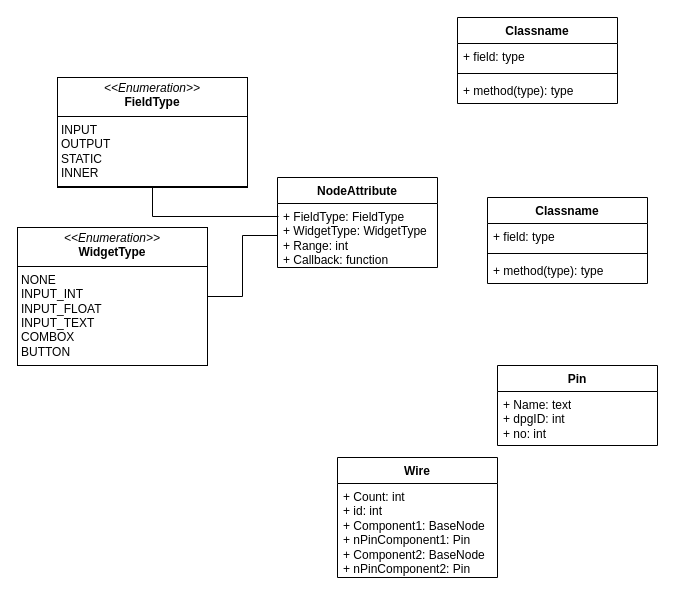
The draw.io diagram Docs/Диаграмма без названия.drawio in catbutr/SMMARS_PyTorch_NeuralNetwork, before the edit. Source tidied: cells renumbered, new cells numbered last; positions are measured from the earlier drawing's top-left corner, leaving out a move shared by most shapes. Both pictures are drawn from the tidied source at 100%, with x=0, y=0 at pixel (17, 17).
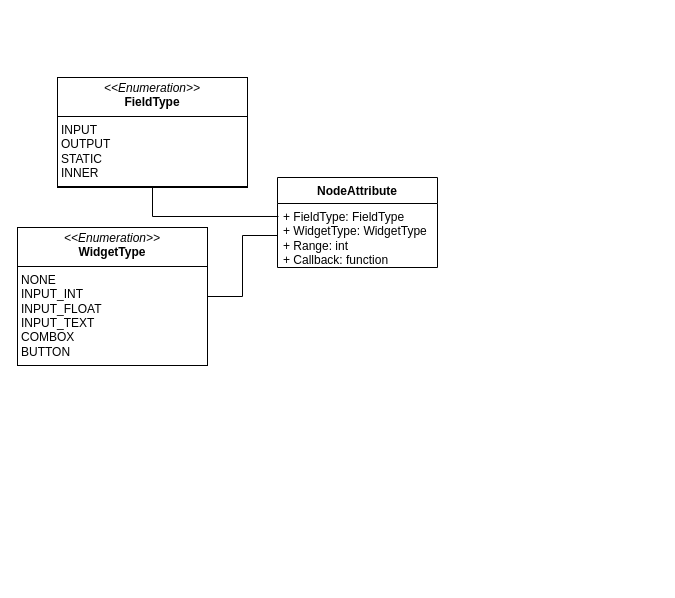
The same diagram, later.

What changed in the source:
```diff
@@
 <mxGraphModel>
   <root>
     <mxCell id="0" />
     <mxCell id="1" parent="0" />
-    <mxCell id="2" value="Classname" style="swimlane;fontStyle=1;align=center;verticalAlign=top;horizontal=1;startSize=26;whiteSpace=wrap;html=1;" parent="1" vertex="1">
-      <mxGeometry x="470" y="180" width="160" height="86" as="geometry" />
-    </mxCell>
-    <mxCell id="3" value="+ field: type" style="text;strokeColor=none;fillColor=none;align=left;verticalAlign=top;spacingLeft=4;spacingRight=4;overflow=hidden;whiteSpace=wrap;html=1;" parent="2" vertex="1">
-      <mxGeometry y="26" width="160" height="26" as="geometry" />
-    </mxCell>
-    <mxCell id="4" style="line;strokeWidth=1;fillColor=none;align=left;verticalAlign=middle;spacingTop=-1;spacingLeft=3;spacingRight=3;labelPosition=right;strokeColor=inherit;" parent="2" vertex="1">
-      <mxGeometry y="52" width="160" height="8" as="geometry" />
-    </mxCell>
-    <mxCell id="5" value="+ method(type): type" style="text;strokeColor=none;fillColor=none;align=left;verticalAlign=top;spacingLeft=4;spacingRight=4;overflow=hidden;whiteSpace=wrap;html=1;" parent="2" vertex="1">
-      <mxGeometry y="60" width="160" height="26" as="geometry" />
-    </mxCell>
     <mxCell id="6" value="NodeAttribute" style="swimlane;fontStyle=1;align=center;verticalAlign=top;horizontal=1;startSize=26;whiteSpace=wrap;html=1;" parent="1" vertex="1">
       <mxGeometry x="260" y="160" width="160" height="90" as="geometry" />
     </mxCell>
     <mxCell id="7" value="+ FieldType: FieldType&lt;div&gt;+ WidgetType:&amp;nbsp;&lt;span style=&quot;background-color: transparent; color: light-dark(rgb(0, 0, 0), rgb(255, 255, 255));&quot;&gt;WidgetType&lt;/span&gt;&lt;/div&gt;&lt;div&gt;+ Range: int&lt;/div&gt;&lt;div&gt;+ Callback: function&lt;/div&gt;" style="text;strokeColor=none;fillColor=none;align=left;verticalAlign=top;spacingLeft=4;spacingRight=4;overflow=hidden;points=[[0,0.5],[1,0.5]];portConstraint=eastwest;whiteSpace=wrap;html=1;" parent="6" vertex="1">
       <mxGeometry y="26" width="160" height="64" as="geometry" />
     </mxCell>
-    <mxCell id="8" value="Classname" style="swimlane;fontStyle=1;align=center;verticalAlign=top;horizontal=1;startSize=26;whiteSpace=wrap;html=1;" parent="1" vertex="1">
-      <mxGeometry x="440" width="160" height="86" as="geometry" />
-    </mxCell>
-    <mxCell id="9" value="+ field: type" style="text;strokeColor=none;fillColor=none;align=left;verticalAlign=top;spacingLeft=4;spacingRight=4;overflow=hidden;whiteSpace=wrap;html=1;" parent="8" vertex="1">
-      <mxGeometry y="26" width="160" height="26" as="geometry" />
-    </mxCell>
-    <mxCell id="10" style="line;strokeWidth=1;fillColor=none;align=left;verticalAlign=middle;spacingTop=-1;spacingLeft=3;spacingRight=3;labelPosition=right;strokeColor=inherit;" parent="8" vertex="1">
-      <mxGeometry y="52" width="160" height="8" as="geometry" />
-    </mxCell>
-    <mxCell id="11" value="+ method(type): type" style="text;strokeColor=none;fillColor=none;align=left;verticalAlign=top;spacingLeft=4;spacingRight=4;overflow=hidden;whiteSpace=wrap;html=1;" parent="8" vertex="1">
-      <mxGeometry y="60" width="160" height="26" as="geometry" />
-    </mxCell>
     <mxCell id="12" value="&lt;p style=&quot;margin:0px;margin-top:4px;text-align:center;&quot;&gt;&lt;i&gt;&amp;lt;&amp;lt;Enumeration&amp;gt;&amp;gt;&lt;/i&gt;&lt;br&gt;&lt;b&gt;FieldType&lt;/b&gt;&lt;/p&gt;&lt;hr size=&quot;1&quot; style=&quot;border-style:solid;&quot;&gt;&lt;p style=&quot;margin:0px;margin-left:4px;&quot;&gt;INPUT&lt;/p&gt;&lt;p style=&quot;margin:0px;margin-left:4px;&quot;&gt;OUTPUT&lt;/p&gt;&lt;p style=&quot;margin:0px;margin-left:4px;&quot;&gt;STATIC&lt;/p&gt;&lt;p style=&quot;margin:0px;margin-left:4px;&quot;&gt;INNER&lt;/p&gt;&lt;hr size=&quot;1&quot; style=&quot;border-style:solid;&quot;&gt;&lt;p style=&quot;margin:0px;margin-left:4px;&quot;&gt;&lt;br&gt;&lt;/p&gt;" style="verticalAlign=top;align=left;overflow=fill;html=1;whiteSpace=wrap;" parent="1" vertex="1">
       <mxGeometry x="40" y="60" width="190" height="110" as="geometry" />
     </mxCell>
     <mxCell id="13" style="edgeStyle=orthogonalEdgeStyle;rounded=0;jettySize=auto;html=1;entryX=0;entryY=0.5;entryDx=0;entryDy=0;endArrow=none;startFill=0;" parent="1" edge="1" source="14" target="7">
       <mxGeometry relative="1" as="geometry" />
     </mxCell>
     <mxCell id="14" value="&lt;p style=&quot;margin:0px;margin-top:4px;text-align:center;&quot;&gt;&lt;i&gt;&amp;lt;&amp;lt;Enumeration&amp;gt;&amp;gt;&lt;/i&gt;&lt;br&gt;&lt;b&gt;WidgetType&lt;/b&gt;&lt;/p&gt;&lt;hr size=&quot;1&quot; style=&quot;border-style:solid;&quot;&gt;&lt;p style=&quot;margin:0px;margin-left:4px;&quot;&gt;&lt;span style=&quot;background-color: transparent; color: light-dark(rgb(0, 0, 0), rgb(255, 255, 255));&quot;&gt;NONE&lt;/span&gt;&lt;/p&gt;&lt;p style=&quot;margin:0px;margin-left:4px;&quot;&gt;INPUT_INT&lt;/p&gt;&lt;p style=&quot;margin:0px;margin-left:4px;&quot;&gt;INPUT_FLOAT&lt;/p&gt;&lt;p style=&quot;margin:0px;margin-left:4px;&quot;&gt;INPUT_TEXT&lt;/p&gt;&lt;p style=&quot;margin:0px;margin-left:4px;&quot;&gt;COMBOX&lt;/p&gt;&lt;p style=&quot;margin:0px;margin-left:4px;&quot;&gt;BUTTON&lt;/p&gt;&lt;hr size=&quot;1&quot; style=&quot;border-style:solid;&quot;&gt;&lt;p style=&quot;margin:0px;margin-left:4px;&quot;&gt;&lt;br&gt;&lt;/p&gt;" style="verticalAlign=top;align=left;overflow=fill;html=1;whiteSpace=wrap;" parent="1" vertex="1">
       <mxGeometry y="210" width="190" height="138" as="geometry" />
     </mxCell>
-    <mxCell id="15" value="Wire" style="swimlane;fontStyle=1;align=center;verticalAlign=top;horizontal=1;startSize=26;whiteSpace=wrap;html=1;" parent="1" vertex="1">
-      <mxGeometry x="320" y="440" width="160" height="120" as="geometry" />
-    </mxCell>
-    <mxCell id="16" value="+ Count: int&lt;div&gt;+ id: int&lt;/div&gt;&lt;div&gt;+ Component1: BaseNode&lt;/div&gt;&lt;div&gt;+ nPinComponent1: Pin&lt;/div&gt;&lt;div&gt;&lt;div&gt;+ Component2: BaseNode&lt;/div&gt;&lt;div&gt;+ nPinComponent2: Pin&lt;/div&gt;&lt;/div&gt;&lt;div&gt;&lt;br&gt;&lt;/div&gt;" style="text;strokeColor=none;fillColor=none;align=left;verticalAlign=top;spacingLeft=4;spacingRight=4;overflow=hidden;whiteSpace=wrap;html=1;" parent="15" vertex="1">
-      <mxGeometry y="26" width="160" height="94" as="geometry" />
-    </mxCell>
-    <mxCell id="17" value="Pin" style="swimlane;fontStyle=1;align=center;verticalAlign=top;horizontal=1;startSize=26;whiteSpace=wrap;html=1;" parent="1" vertex="1">
-      <mxGeometry x="480" y="348" width="160" height="80" as="geometry" />
-    </mxCell>
-    <mxCell id="18" value="+ Name: text&lt;div&gt;+ dpgID: int&lt;/div&gt;&lt;div&gt;+ no: int&lt;/div&gt;" style="text;strokeColor=none;fillColor=none;align=left;verticalAlign=top;spacingLeft=4;spacingRight=4;overflow=hidden;whiteSpace=wrap;html=1;" parent="17" vertex="1">
-      <mxGeometry y="26" width="160" height="54" as="geometry" />
-    </mxCell>
     <mxCell id="19" style="edgeStyle=orthogonalEdgeStyle;rounded=0;jettySize=auto;html=1;entryX=0.006;entryY=0.203;entryDx=0;entryDy=0;entryPerimeter=0;endArrow=none;startFill=0;" parent="1" edge="1" source="12" target="7">
       <mxGeometry relative="1" as="geometry" />
     </mxCell>
   </root>
 </mxGraphModel>
```
